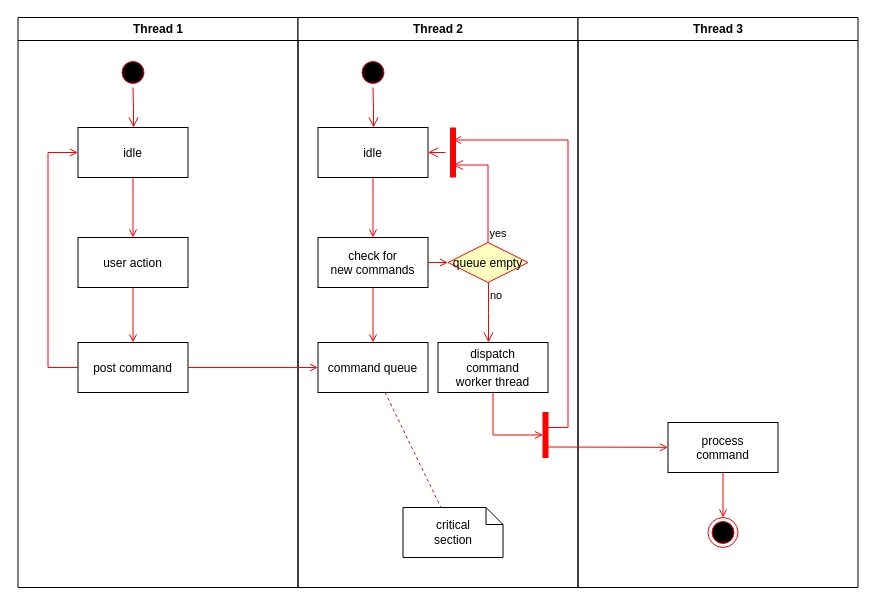
Before: Documentazione/Activity Diagram/drawio/Activity Diagram - Personalizza menù.drawio in vittorioruggiero/Progetto-IngSw, a draw.io diagram. Source tidied: cells renumbered, new cells numbered last; positions are measured from the earlier drawing's top-left corner, leaving out a move shared by most shapes. Both pictures are drawn from the tidied source at 100%, with x=0, y=0 at pixel (17, 17).
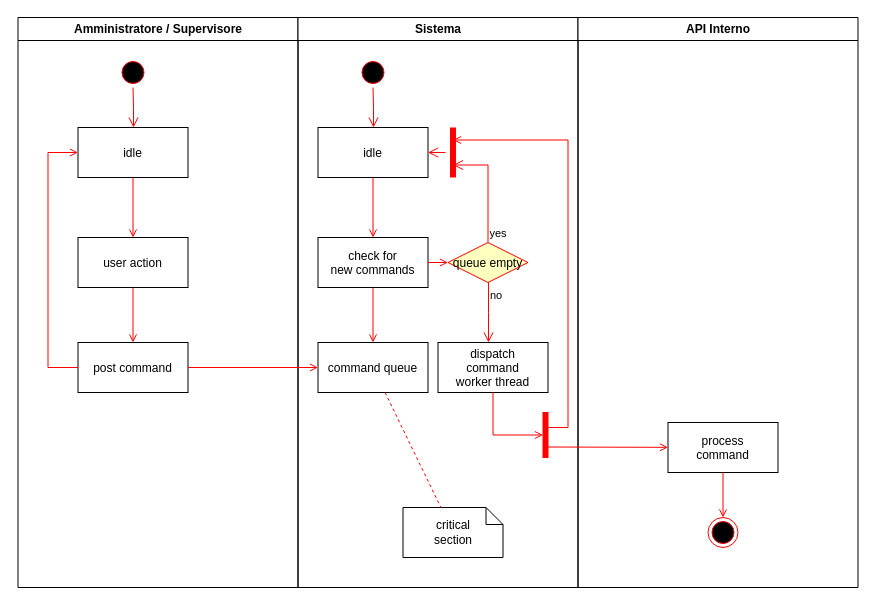
The same diagram, later.

Change to the diagram source:
```diff
@@
-    <mxCell id="2" value="Thread 1" style="swimlane;whiteSpace=wrap;" parent="1" vertex="1">
+    <mxCell id="2" value="Amministratore / Supervisore" style="swimlane;whiteSpace=wrap;startSize=23;" parent="1" vertex="1">
       <mxGeometry x="0.5" width="280" height="570" as="geometry" />
     </mxCell>
@@
-    <mxCell id="11" value="Thread 2" style="swimlane;whiteSpace=wrap;" parent="1" vertex="1">
+    <mxCell id="11" value="Sistema" style="swimlane;whiteSpace=wrap;" parent="1" vertex="1">
       <mxGeometry x="280.5" width="280" height="570" as="geometry" />
     </mxCell>
@@
-    <mxCell id="30" value="Thread 3" style="swimlane;whiteSpace=wrap;" parent="1" vertex="1">
+    <mxCell id="30" value="API Interno" style="swimlane;whiteSpace=wrap;" parent="1" vertex="1">
       <mxGeometry x="560.5" width="280" height="570" as="geometry" />
     </mxCell>
```
